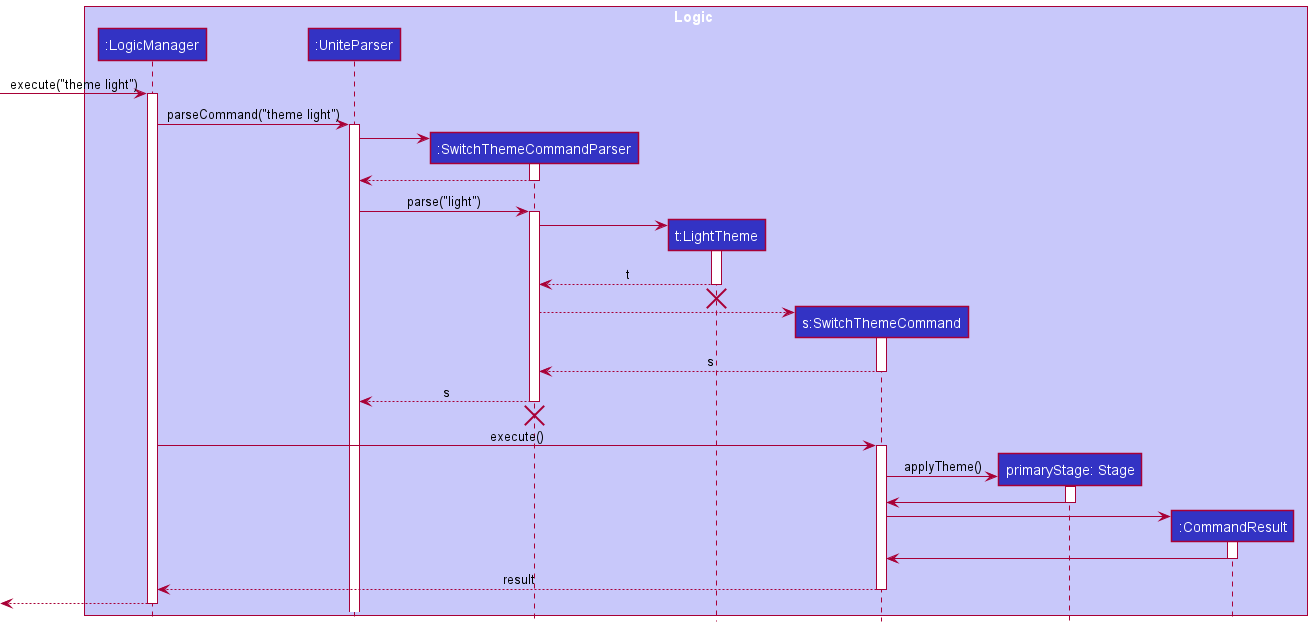
Above: docs/images/SwitchThemeSequenceDiagram.png in nus-cs2103-AY2122S2/tp (PlantUML), before the change.
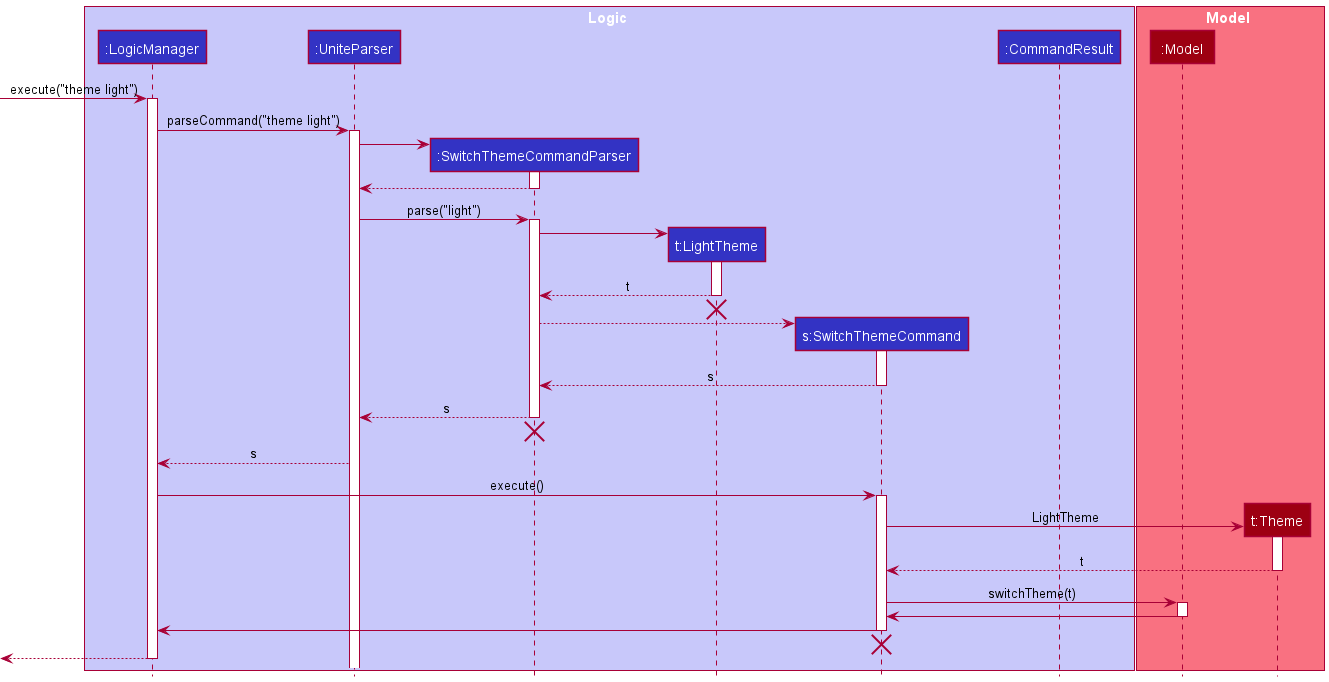
After the commit.

Diff of the diagram source:
```diff
@@ -7,8 +7,12 @@
 participant ":SwitchThemeCommandParser" as SwitchThemeCommandParser LOGIC_COLOR
 participant "t:LightTheme" as LightTheme LOGIC_COLOR
 participant "s:SwitchThemeCommand" as SwitchThemeCommand LOGIC_COLOR
-participant "primaryStage: Stage" as PrimaryStage LOGIC_COLOR
 participant ":CommandResult" as CommandResult LOGIC_COLOR
+end box
+
+box Model MODEL_COLOR_T1
+participant ":Model" as Model MODEL_COLOR
+participant "t:Theme" as Theme MODEL_COLOR
 end box
 
 [-> LogicManager : execute("theme light")
@@ -48,25 +52,28 @@
 SwitchThemeCommandParser -[hidden]-> UniteParser
 destroy SwitchThemeCommandParser
 
+UniteParser --> LogicManager: s
+
 LogicManager -> SwitchThemeCommand : execute()
 activate SwitchThemeCommand
 
-create PrimaryStage
-SwitchThemeCommand -> PrimaryStage : applyTheme()
-activate PrimaryStage
+create Theme
+SwitchThemeCommand -> Theme: LightTheme
+activate Theme
 
-PrimaryStage -> SwitchThemeCommand:
-deactivate PrimaryStage
+Theme --> SwitchThemeCommand: t
+deactivate Theme
 
-create CommandResult
-SwitchThemeCommand -> CommandResult
-activate CommandResult
+SwitchThemeCommand -> Model : switchTheme(t)
+activate Model
 
-CommandResult -> SwitchThemeCommand
-deactivate CommandResult
+Model -> SwitchThemeCommand
+deactivate Model
 
-SwitchThemeCommand --> LogicManager: result
-deactivate
+SwitchThemeCommand -> LogicManager
+deactivate SwitchThemeCommand
+SwitchThemeCommandParser -[hidden]-> UniteParser
+destroy SwitchThemeCommand
 
 [<--LogicManager
 deactivate LogicManager
```
